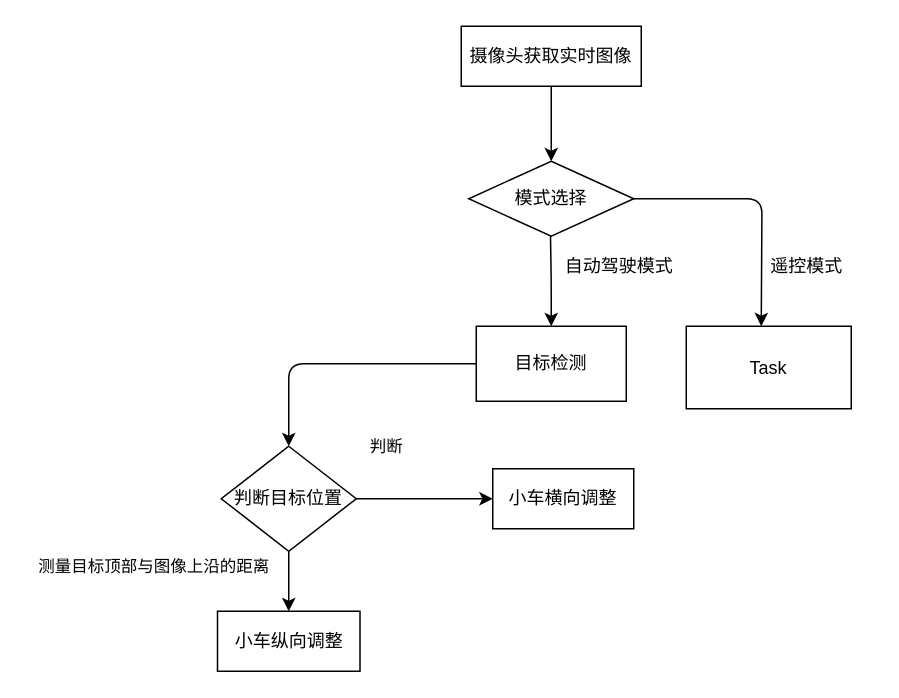
Before: images/Untitled Diagram.drawio in bdne/MachineLearning_Python, a draw.io diagram. Source tidied: cells renumbered, new cells numbered last; positions are measured from the earlier drawing's top-left corner, leaving out a move shared by most shapes. Both pictures are drawn from the tidied source at 150%, with x=0, y=0 at pixel (26, 26).
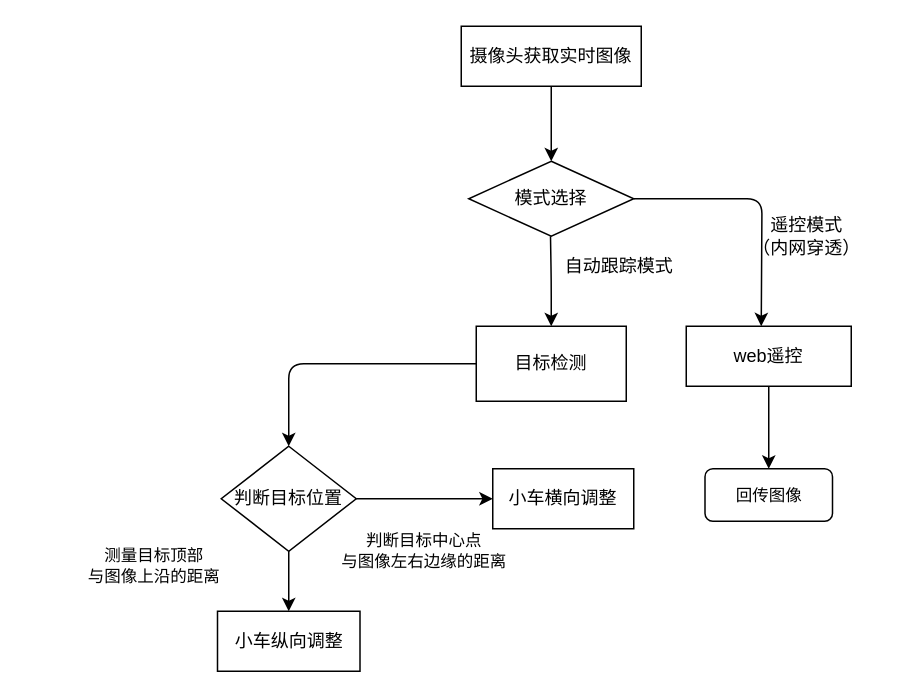
Above is the later version.

The edit, as a diff of the source:
```diff
@@
-    <mxCell id="9" value="自动驾驶模式" style="text;html=1;align=center;verticalAlign=middle;" parent="1" vertex="1">
+    <mxCell id="9" value="自动跟踪模式" style="text;html=1;align=center;verticalAlign=middle;" parent="1" vertex="1">
       <mxGeometry x="350" y="150" width="90" height="20" as="geometry" />
     </mxCell>
-    <mxCell id="10" value="遥控模式" style="text;html=1;align=center;verticalAlign=middle;" parent="1" vertex="1">
-      <mxGeometry x="490" y="150" width="60" height="20" as="geometry" />
+    <mxCell id="10" value="遥控模式&lt;br&gt;（内网穿透）" style="text;html=1;align=center;verticalAlign=middle;" parent="1" vertex="1">
+      <mxGeometry x="475" y="125" width="90" height="30" as="geometry" />
     </mxCell>
+    <mxCell id="19" style="edgeStyle=orthogonalEdgeStyle;rounded=0;jettySize=auto;html=1;fontSize=11;" parent="1" edge="1" source="11" target="20">
+      <mxGeometry relative="1" as="geometry" />
+    </mxCell>
-    <mxCell id="11" value="Task" style="shape=ext;html=1;whiteSpace=wrap;" parent="1" vertex="1">
-      <mxGeometry x="440" y="200" width="110" height="55" as="geometry" />
+    <mxCell id="11" value="web遥控" style="shape=ext;html=1;whiteSpace=wrap;" parent="1" vertex="1">
+      <mxGeometry x="440" y="200" width="110" height="40" as="geometry" />
     </mxCell>
@@
-    <mxCell id="17" value="测量目标顶部与图像上沿的距离" style="text;html=1;align=center;verticalAlign=middle;fontSize=11;spacingTop=0;spacingLeft=0;" parent="1" vertex="1">
-      <mxGeometry y="350" width="170" height="20" as="geometry" />
+    <mxCell id="17" value="测量目标顶部&lt;br&gt;与图像上沿的距离" style="text;html=1;align=center;verticalAlign=middle;fontSize=11;spacingTop=0;spacingLeft=0;" parent="1" vertex="1">
+      <mxGeometry x="35" y="345" width="100" height="30" as="geometry" />
     </mxCell>
-    <mxCell id="18" value="判断" style="text;html=1;align=center;verticalAlign=middle;fontSize=11;" parent="1" vertex="1">
-      <mxGeometry x="220" y="270" width="40" height="20" as="geometry" />
+    <mxCell id="18" value="判断目标中心点&lt;br&gt;与图像左右边缘的距离" style="text;html=1;align=center;verticalAlign=middle;fontSize=11;" parent="1" vertex="1">
+      <mxGeometry x="200" y="335" width="130" height="30" as="geometry" />
     </mxCell>
+    <mxCell id="20" value="回传图像" style="rounded=1;whiteSpace=wrap;html=1;fontSize=11;" parent="1" vertex="1">
+      <mxGeometry x="452.5" y="295" width="85" height="35" as="geometry" />
+    </mxCell>
```
